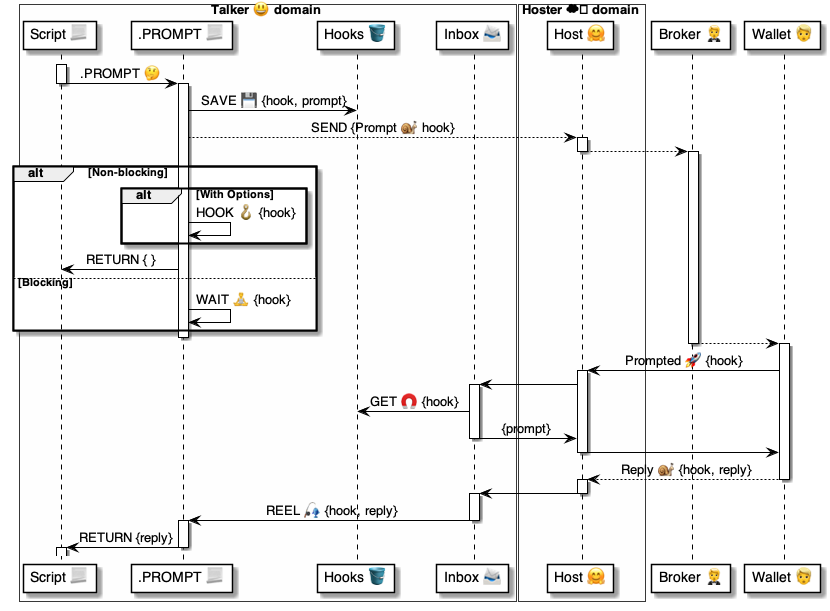
Earlier version of the PlantUML export 4 ⚙️ Solution/35 💬 Chats/Talkers 😃/😃⏩ Talker flows/Send Prompts 😃⏩🧑‍🦰/🤔 Prompts ⚙️ uml.png (pollyweb-org/pollyweb-docs). Its source is kept beside it as 4 ⚙️ Solution/35 💬 Chats/Talkers 😃/😃⏩ Talker flows/Send Prompts 😃⏩🧑‍🦰/🤔 Prompts ⚙️ uml.puml.
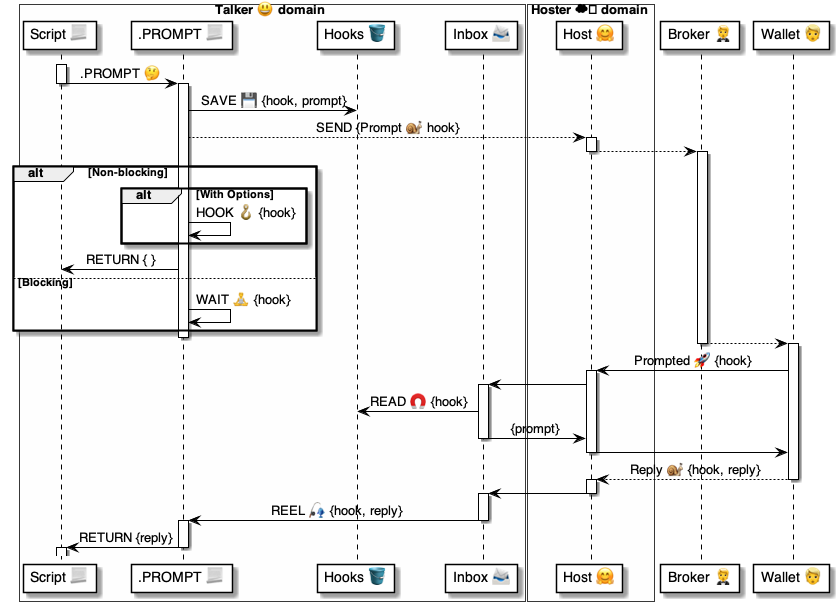
Later version of the same file.

Diff of the diagram source:
```diff
@@ -46,7 +46,7 @@
     activate host
         host -> handler
         activate handler
-            handler -> hooks: GET 🧲 {hook}
+            handler -> hooks: READ 🧲 {hook}
             handler -> host: {prompt}
         deactivate handler
         host -> wallet:
```
